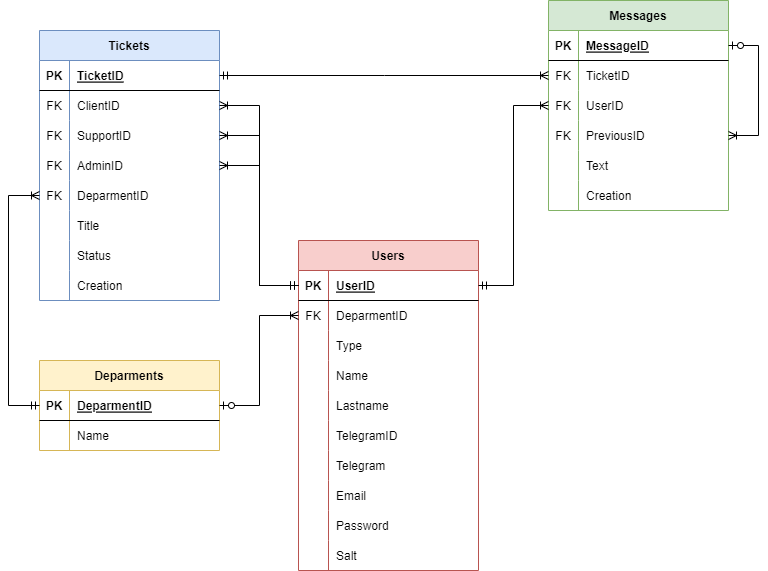
The draw.io diagram db/ER Diagram.png in RenzoDD/digi-ticket, before a commit. Source tidied: cells renumbered, new cells last; positions are measured from the earlier drawing's top-left corner, leaving out a move shared by most shapes.
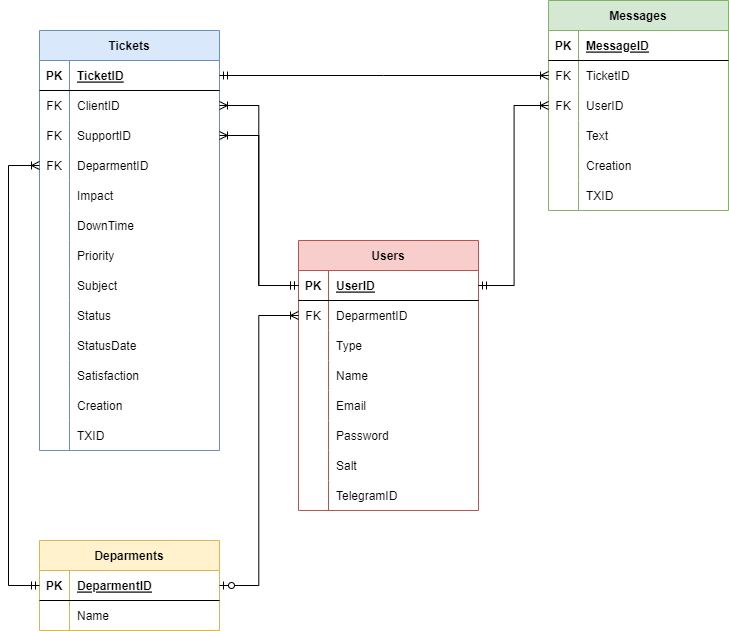
After the change.

Change to the diagram source:
```diff
@@ -3,7 +3,7 @@
     <mxCell id="0" />
     <mxCell id="1" parent="0" />
     <mxCell id="2" value="Deparments" style="shape=table;startSize=30;rowLines=0;fontStyle=1;align=center;fillColor=#fff2cc;strokeColor=#d6b656;" parent="1" vertex="1">
-      <mxGeometry x="41" y="360" width="180" height="90" as="geometry" />
+      <mxGeometry x="41" y="540" width="180" height="90" as="geometry" />
     </mxCell>
     <mxCell id="3" style="shape=tableRow;horizontal=0;startSize=0;swimlaneHead=0;swimlaneBody=0;fillColor=none;points=[[0,0.5],[1,0.5]];portConstraint=eastwest;top=0;left=0;right=0;bottom=1;" parent="2" vertex="1">
       <mxGeometry y="30" width="180" height="30" as="geometry" />
@@ -24,7 +24,7 @@
       <mxGeometry x="30" width="150" height="30" as="geometry" />
     </mxCell>
     <mxCell id="9" value="Users" style="shape=table;startSize=30;rowLines=0;fontStyle=1;align=center;fillColor=#f8cecc;strokeColor=#b85450;" parent="1" vertex="1">
-      <mxGeometry x="300" y="240" width="180" height="330" as="geometry" />
+      <mxGeometry x="300" y="240" width="180" height="270" as="geometry" />
     </mxCell>
     <mxCell id="10" style="shape=tableRow;horizontal=0;startSize=0;swimlaneHead=0;swimlaneBody=0;fillColor=none;points=[[0,0.5],[1,0.5]];portConstraint=eastwest;top=0;left=0;right=0;bottom=1;" parent="9" vertex="1">
       <mxGeometry y="30" width="180" height="30" as="geometry" />
@@ -62,35 +62,8 @@
     <mxCell id="21" value="Name" style="shape=partialRectangle;fillColor=none;top=0;left=0;bottom=0;right=0;align=left;spacingLeft=6;overflow=hidden;" parent="19" vertex="1">
       <mxGeometry x="30" width="150" height="30" as="geometry" />
     </mxCell>
-    <mxCell id="22" style="shape=tableRow;horizontal=0;startSize=0;swimlaneHead=0;swimlaneBody=0;fillColor=none;top=0;left=0;right=0;bottom=0;" parent="9" vertex="1">
-      <mxGeometry y="150" width="180" height="30" as="geometry" />
-    </mxCell>
-    <mxCell id="23" style="shape=partialRectangle;fillColor=none;top=0;left=0;bottom=0;right=0;overflow=hidden;" parent="22" vertex="1">
-      <mxGeometry width="30" height="30" as="geometry" />
-    </mxCell>
-    <mxCell id="24" value="Lastname" style="shape=partialRectangle;fillColor=none;top=0;left=0;bottom=0;right=0;align=left;spacingLeft=6;overflow=hidden;" parent="22" vertex="1">
-      <mxGeometry x="30" width="150" height="30" as="geometry" />
-    </mxCell>
-    <mxCell id="25" style="shape=tableRow;horizontal=0;startSize=0;swimlaneHead=0;swimlaneBody=0;fillColor=none;top=0;left=0;right=0;bottom=0;" parent="9" vertex="1">
-      <mxGeometry y="180" width="180" height="30" as="geometry" />
-    </mxCell>
-    <mxCell id="26" style="shape=partialRectangle;fillColor=none;top=0;left=0;bottom=0;right=0;overflow=hidden;" parent="25" vertex="1">
-      <mxGeometry width="30" height="30" as="geometry" />
-    </mxCell>
-    <mxCell id="27" value="TelegramID" style="shape=partialRectangle;fillColor=none;top=0;left=0;bottom=0;right=0;align=left;spacingLeft=6;overflow=hidden;" parent="25" vertex="1">
-      <mxGeometry x="30" width="150" height="30" as="geometry" />
-    </mxCell>
-    <mxCell id="28" style="shape=tableRow;horizontal=0;startSize=0;swimlaneHead=0;swimlaneBody=0;fillColor=none;top=0;left=0;right=0;bottom=0;" parent="9" vertex="1">
-      <mxGeometry y="210" width="180" height="30" as="geometry" />
-    </mxCell>
-    <mxCell id="29" style="shape=partialRectangle;fillColor=none;top=0;left=0;bottom=0;right=0;overflow=hidden;" parent="28" vertex="1">
-      <mxGeometry width="30" height="30" as="geometry" />
-    </mxCell>
-    <mxCell id="30" value="Telegram" style="shape=partialRectangle;fillColor=none;top=0;left=0;bottom=0;right=0;align=left;spacingLeft=6;overflow=hidden;" parent="28" vertex="1">
-      <mxGeometry x="30" width="150" height="30" as="geometry" />
-    </mxCell>
     <mxCell id="31" style="shape=tableRow;horizontal=0;startSize=0;swimlaneHead=0;swimlaneBody=0;fillColor=none;top=0;left=0;right=0;bottom=0;" parent="9" vertex="1">
-      <mxGeometry y="240" width="180" height="30" as="geometry" />
+      <mxGeometry y="150" width="180" height="30" as="geometry" />
     </mxCell>
     <mxCell id="32" style="shape=partialRectangle;fillColor=none;top=0;left=0;bottom=0;right=0;overflow=hidden;" parent="31" vertex="1">
       <mxGeometry width="30" height="30" as="geometry" />
@@ -99,7 +72,7 @@
       <mxGeometry x="30" width="150" height="30" as="geometry" />
     </mxCell>
     <mxCell id="34" style="shape=tableRow;horizontal=0;startSize=0;swimlaneHead=0;swimlaneBody=0;fillColor=none;top=0;left=0;right=0;bottom=0;" parent="9" vertex="1">
-      <mxGeometry y="270" width="180" height="30" as="geometry" />
+      <mxGeometry y="180" width="180" height="30" as="geometry" />
     </mxCell>
     <mxCell id="35" style="shape=partialRectangle;fillColor=none;top=0;left=0;bottom=0;right=0;overflow=hidden;" parent="34" vertex="1">
       <mxGeometry width="30" height="30" as="geometry" />
@@ -108,7 +81,7 @@
       <mxGeometry x="30" width="150" height="30" as="geometry" />
     </mxCell>
     <mxCell id="37" style="shape=tableRow;horizontal=0;startSize=0;swimlaneHead=0;swimlaneBody=0;fillColor=none;top=0;left=0;right=0;bottom=0;" parent="9" vertex="1">
-      <mxGeometry y="300" width="180" height="30" as="geometry" />
+      <mxGeometry y="210" width="180" height="30" as="geometry" />
     </mxCell>
     <mxCell id="38" style="shape=partialRectangle;fillColor=none;top=0;left=0;bottom=0;right=0;overflow=hidden;" parent="37" vertex="1">
       <mxGeometry width="30" height="30" as="geometry" />
@@ -116,11 +89,20 @@
     <mxCell id="39" value="Salt" style="shape=partialRectangle;fillColor=none;top=0;left=0;bottom=0;right=0;align=left;spacingLeft=6;overflow=hidden;" parent="37" vertex="1">
       <mxGeometry x="30" width="150" height="30" as="geometry" />
     </mxCell>
+    <mxCell id="25" style="shape=tableRow;horizontal=0;startSize=0;swimlaneHead=0;swimlaneBody=0;fillColor=none;top=0;left=0;right=0;bottom=0;" parent="9" vertex="1">
+      <mxGeometry y="240" width="180" height="30" as="geometry" />
+    </mxCell>
+    <mxCell id="26" style="shape=partialRectangle;fillColor=none;top=0;left=0;bottom=0;right=0;overflow=hidden;" parent="25" vertex="1">
+      <mxGeometry width="30" height="30" as="geometry" />
+    </mxCell>
+    <mxCell id="27" value="TelegramID" style="shape=partialRectangle;fillColor=none;top=0;left=0;bottom=0;right=0;align=left;spacingLeft=6;overflow=hidden;" parent="25" vertex="1">
+      <mxGeometry x="30" width="150" height="30" as="geometry" />
+    </mxCell>
     <mxCell id="40" style="edgeStyle=elbowEdgeStyle;fontSize=12;html=1;endArrow=ERoneToMany;startArrow=ERzeroToOne;rounded=0;exitX=1;exitY=0.5;exitDx=0;exitDy=0;entryX=0;entryY=0.5;entryDx=0;entryDy=0;startFill=0;" parent="1" edge="1" source="3" target="13">
       <mxGeometry relative="1" as="geometry" />
     </mxCell>
     <mxCell id="41" value="Tickets" style="shape=table;startSize=30;rowLines=0;fontStyle=1;align=center;fillColor=#dae8fc;strokeColor=#6c8ebf;" parent="1" vertex="1">
-      <mxGeometry x="41" y="30" width="180" height="270" as="geometry" />
+      <mxGeometry x="41" y="30" width="180" height="420" as="geometry" />
     </mxCell>
     <mxCell id="42" style="shape=tableRow;horizontal=0;startSize=0;swimlaneHead=0;swimlaneBody=0;fillColor=none;points=[[0,0.5],[1,0.5]];portConstraint=eastwest;top=0;left=0;right=0;bottom=1;" parent="41" vertex="1">
       <mxGeometry y="30" width="180" height="30" as="geometry" />
@@ -149,17 +131,8 @@
     <mxCell id="50" value="SupportID" style="shape=partialRectangle;fillColor=none;top=0;left=0;bottom=0;right=0;align=left;spacingLeft=6;fontStyle=0;overflow=hidden;" parent="48" vertex="1">
       <mxGeometry x="30" width="150" height="30" as="geometry" />
     </mxCell>
-    <mxCell id="51" style="shape=tableRow;horizontal=0;startSize=0;swimlaneHead=0;swimlaneBody=0;fillColor=none;points=[[0,0.5],[1,0.5]];portConstraint=eastwest;top=0;left=0;right=0;bottom=0;" parent="41" vertex="1">
-      <mxGeometry y="120" width="180" height="30" as="geometry" />
-    </mxCell>
-    <mxCell id="52" value="FK" style="shape=partialRectangle;fillColor=none;top=0;left=0;bottom=0;right=0;fontStyle=0;overflow=hidden;" parent="51" vertex="1">
-      <mxGeometry width="30" height="30" as="geometry" />
-    </mxCell>
-    <mxCell id="53" value="AdminID" style="shape=partialRectangle;fillColor=none;top=0;left=0;bottom=0;right=0;align=left;spacingLeft=6;fontStyle=0;overflow=hidden;" parent="51" vertex="1">
-      <mxGeometry x="30" width="150" height="30" as="geometry" />
-    </mxCell>
     <mxCell id="54" style="shape=tableRow;horizontal=0;startSize=0;swimlaneHead=0;swimlaneBody=0;fillColor=none;points=[[0,0.5],[1,0.5]];portConstraint=eastwest;top=0;left=0;right=0;bottom=0;" parent="41" vertex="1">
-      <mxGeometry y="150" width="180" height="30" as="geometry" />
+      <mxGeometry y="120" width="180" height="30" as="geometry" />
     </mxCell>
     <mxCell id="55" value="FK" style="shape=partialRectangle;fillColor=none;top=0;left=0;bottom=0;right=0;overflow=hidden;" parent="54" vertex="1">
       <mxGeometry width="30" height="30" as="geometry" />
@@ -168,41 +141,92 @@
       <mxGeometry x="30" width="150" height="30" as="geometry" />
     </mxCell>
     <mxCell id="57" style="shape=tableRow;horizontal=0;startSize=0;swimlaneHead=0;swimlaneBody=0;fillColor=none;top=0;left=0;right=0;bottom=0;" parent="41" vertex="1">
-      <mxGeometry y="180" width="180" height="30" as="geometry" />
+      <mxGeometry y="150" width="180" height="30" as="geometry" />
     </mxCell>
     <mxCell id="58" style="shape=partialRectangle;fillColor=none;top=0;left=0;bottom=0;right=0;overflow=hidden;" parent="57" vertex="1">
       <mxGeometry width="30" height="30" as="geometry" />
     </mxCell>
-    <mxCell id="59" value="Title" style="shape=partialRectangle;fillColor=none;top=0;left=0;bottom=0;right=0;align=left;spacingLeft=6;overflow=hidden;" parent="57" vertex="1">
+    <mxCell id="59" value="Impact" style="shape=partialRectangle;fillColor=none;top=0;left=0;bottom=0;right=0;align=left;spacingLeft=6;overflow=hidden;" parent="57" vertex="1">
       <mxGeometry x="30" width="150" height="30" as="geometry" />
     </mxCell>
     <mxCell id="60" style="shape=tableRow;horizontal=0;startSize=0;swimlaneHead=0;swimlaneBody=0;fillColor=none;top=0;left=0;right=0;bottom=0;" parent="41" vertex="1">
-      <mxGeometry y="210" width="180" height="30" as="geometry" />
+      <mxGeometry y="180" width="180" height="30" as="geometry" />
     </mxCell>
     <mxCell id="61" style="shape=partialRectangle;fillColor=none;top=0;left=0;bottom=0;right=0;overflow=hidden;" parent="60" vertex="1">
       <mxGeometry width="30" height="30" as="geometry" />
     </mxCell>
-    <mxCell id="62" value="Status" style="shape=partialRectangle;fillColor=none;top=0;left=0;bottom=0;right=0;align=left;spacingLeft=6;overflow=hidden;" parent="60" vertex="1">
+    <mxCell id="62" value="DownTime" style="shape=partialRectangle;fillColor=none;top=0;left=0;bottom=0;right=0;align=left;spacingLeft=6;overflow=hidden;" parent="60" vertex="1">
       <mxGeometry x="30" width="150" height="30" as="geometry" />
     </mxCell>
     <mxCell id="63" style="shape=tableRow;horizontal=0;startSize=0;swimlaneHead=0;swimlaneBody=0;fillColor=none;top=0;left=0;right=0;bottom=0;" parent="41" vertex="1">
-      <mxGeometry y="240" width="180" height="30" as="geometry" />
+      <mxGeometry y="210" width="180" height="30" as="geometry" />
     </mxCell>
     <mxCell id="64" style="shape=partialRectangle;fillColor=none;top=0;left=0;bottom=0;right=0;overflow=hidden;" parent="63" vertex="1">
       <mxGeometry width="30" height="30" as="geometry" />
     </mxCell>
-    <mxCell id="65" value="Creation" style="shape=partialRectangle;fillColor=none;top=0;left=0;bottom=0;right=0;align=left;spacingLeft=6;overflow=hidden;" parent="63" vertex="1">
+    <mxCell id="65" value="Priority" style="shape=partialRectangle;fillColor=none;top=0;left=0;bottom=0;right=0;align=left;spacingLeft=6;overflow=hidden;" parent="63" vertex="1">
       <mxGeometry x="30" width="150" height="30" as="geometry" />
     </mxCell>
+    <mxCell id="92" style="shape=tableRow;horizontal=0;startSize=0;swimlaneHead=0;swimlaneBody=0;fillColor=none;top=0;left=0;right=0;bottom=0;fontSize=16;" parent="41" vertex="1">
+      <mxGeometry y="240" width="180" height="30" as="geometry" />
+    </mxCell>
+    <mxCell id="93" style="shape=partialRectangle;fillColor=none;top=0;left=0;bottom=0;right=0;overflow=hidden;fontSize=16;" parent="92" vertex="1">
+      <mxGeometry width="30" height="30" as="geometry" />
+    </mxCell>
+    <mxCell id="94" value="Subject" style="shape=partialRectangle;fillColor=none;top=0;left=0;bottom=0;right=0;align=left;spacingLeft=6;overflow=hidden;fontSize=12;" parent="92" vertex="1">
+      <mxGeometry x="30" width="150" height="30" as="geometry" />
+    </mxCell>
+    <mxCell id="95" style="shape=tableRow;horizontal=0;startSize=0;swimlaneHead=0;swimlaneBody=0;fillColor=none;top=0;left=0;right=0;bottom=0;fontSize=16;" parent="41" vertex="1">
+      <mxGeometry y="270" width="180" height="30" as="geometry" />
+    </mxCell>
+    <mxCell id="96" style="shape=partialRectangle;fillColor=none;top=0;left=0;bottom=0;right=0;overflow=hidden;fontSize=16;" parent="95" vertex="1">
+      <mxGeometry width="30" height="30" as="geometry" />
+    </mxCell>
+    <mxCell id="97" value="Status" style="shape=partialRectangle;fillColor=none;top=0;left=0;bottom=0;right=0;align=left;spacingLeft=6;overflow=hidden;fontSize=12;" parent="95" vertex="1">
+      <mxGeometry x="30" width="150" height="30" as="geometry" />
+    </mxCell>
+    <mxCell id="98" style="shape=tableRow;horizontal=0;startSize=0;swimlaneHead=0;swimlaneBody=0;fillColor=none;top=0;left=0;right=0;bottom=0;fontSize=16;" parent="41" vertex="1">
+      <mxGeometry y="300" width="180" height="30" as="geometry" />
+    </mxCell>
+    <mxCell id="99" style="shape=partialRectangle;fillColor=none;top=0;left=0;bottom=0;right=0;overflow=hidden;fontSize=16;" parent="98" vertex="1">
+      <mxGeometry width="30" height="30" as="geometry" />
+    </mxCell>
+    <mxCell id="100" value="StatusDate" style="shape=partialRectangle;fillColor=none;top=0;left=0;bottom=0;right=0;align=left;spacingLeft=6;overflow=hidden;fontSize=12;" parent="98" vertex="1">
+      <mxGeometry x="30" width="150" height="30" as="geometry" />
+    </mxCell>
+    <mxCell id="101" style="shape=tableRow;horizontal=0;startSize=0;swimlaneHead=0;swimlaneBody=0;fillColor=none;top=0;left=0;right=0;bottom=0;fontSize=16;" parent="41" vertex="1">
+      <mxGeometry y="330" width="180" height="30" as="geometry" />
+    </mxCell>
+    <mxCell id="102" style="shape=partialRectangle;fillColor=none;top=0;left=0;bottom=0;right=0;overflow=hidden;fontSize=16;" parent="101" vertex="1">
+      <mxGeometry width="30" height="30" as="geometry" />
+    </mxCell>
+    <mxCell id="103" value="Satisfaction" style="shape=partialRectangle;fillColor=none;top=0;left=0;bottom=0;right=0;align=left;spacingLeft=6;overflow=hidden;fontSize=12;" parent="101" vertex="1">
+      <mxGeometry x="30" width="150" height="30" as="geometry" />
+    </mxCell>
+    <mxCell id="104" style="shape=tableRow;horizontal=0;startSize=0;swimlaneHead=0;swimlaneBody=0;fillColor=none;top=0;left=0;right=0;bottom=0;fontSize=16;" parent="41" vertex="1">
+      <mxGeometry y="360" width="180" height="30" as="geometry" />
+    </mxCell>
+    <mxCell id="105" style="shape=partialRectangle;fillColor=none;top=0;left=0;bottom=0;right=0;overflow=hidden;fontSize=16;" parent="104" vertex="1">
+      <mxGeometry width="30" height="30" as="geometry" />
+    </mxCell>
+    <mxCell id="106" value="Creation" style="shape=partialRectangle;fillColor=none;top=0;left=0;bottom=0;right=0;align=left;spacingLeft=6;overflow=hidden;fontSize=12;" parent="104" vertex="1">
+      <mxGeometry x="30" width="150" height="30" as="geometry" />
+    </mxCell>
+    <mxCell id="107" style="shape=tableRow;horizontal=0;startSize=0;swimlaneHead=0;swimlaneBody=0;fillColor=none;top=0;left=0;right=0;bottom=0;fontSize=16;" parent="41" vertex="1">
+      <mxGeometry y="390" width="180" height="30" as="geometry" />
+    </mxCell>
+    <mxCell id="108" style="shape=partialRectangle;fillColor=none;top=0;left=0;bottom=0;right=0;overflow=hidden;fontSize=16;" parent="107" vertex="1">
+      <mxGeometry width="30" height="30" as="geometry" />
+    </mxCell>
+    <mxCell id="109" value="TXID" style="shape=partialRectangle;fillColor=none;top=0;left=0;bottom=0;right=0;align=left;spacingLeft=6;overflow=hidden;fontSize=12;" parent="107" vertex="1">
+      <mxGeometry x="30" width="150" height="30" as="geometry" />
+    </mxCell>
     <mxCell id="66" style="edgeStyle=elbowEdgeStyle;fontSize=12;html=1;endArrow=ERoneToMany;startArrow=ERmandOne;rounded=0;exitX=0;exitY=0.5;exitDx=0;exitDy=0;entryX=1;entryY=0.5;entryDx=0;entryDy=0;" parent="1" edge="1" source="10" target="45">
       <mxGeometry relative="1" as="geometry" />
     </mxCell>
     <mxCell id="67" style="edgeStyle=elbowEdgeStyle;fontSize=12;html=1;endArrow=ERoneToMany;startArrow=ERmandOne;rounded=0;exitX=0;exitY=0.5;exitDx=0;exitDy=0;entryX=1;entryY=0.5;entryDx=0;entryDy=0;" parent="1" edge="1" source="10" target="48">
       <mxGeometry relative="1" as="geometry" />
     </mxCell>
-    <mxCell id="68" style="edgeStyle=elbowEdgeStyle;fontSize=12;html=1;endArrow=ERoneToMany;startArrow=ERmandOne;rounded=0;exitX=0;exitY=0.5;exitDx=0;exitDy=0;entryX=1;entryY=0.5;entryDx=0;entryDy=0;" parent="1" edge="1" source="10" target="51">
-      <mxGeometry relative="1" as="geometry" />
-    </mxCell>
     <mxCell id="69" style="edgeStyle=elbowEdgeStyle;fontSize=12;html=1;endArrow=ERoneToMany;startArrow=ERmandOne;rounded=0;entryX=0;entryY=0.5;entryDx=0;entryDy=0;exitX=0;exitY=0.5;exitDx=0;exitDy=0;" parent="1" edge="1" source="3" target="54">
       <mxGeometry relative="1" as="geometry">
         <Array as="points">
@@ -241,17 +265,8 @@
     <mxCell id="79" value="UserID" style="shape=partialRectangle;fillColor=none;top=0;left=0;bottom=0;right=0;align=left;spacingLeft=6;fontStyle=0;overflow=hidden;" parent="77" vertex="1">
       <mxGeometry x="30" width="150" height="30" as="geometry" />
     </mxCell>
-    <mxCell id="80" style="shape=tableRow;horizontal=0;startSize=0;swimlaneHead=0;swimlaneBody=0;fillColor=none;points=[[0,0.5],[1,0.5]];portConstraint=eastwest;top=0;left=0;right=0;bottom=0;" parent="70" vertex="1">
-      <mxGeometry y="120" width="180" height="30" as="geometry" />
-    </mxCell>
-    <mxCell id="81" value="FK" style="shape=partialRectangle;fillColor=none;top=0;left=0;bottom=0;right=0;fontStyle=0;overflow=hidden;" parent="80" vertex="1">
-      <mxGeometry width="30" height="30" as="geometry" />
-    </mxCell>
-    <mxCell id="82" value="PreviousID" style="shape=partialRectangle;fillColor=none;top=0;left=0;bottom=0;right=0;align=left;spacingLeft=6;fontStyle=0;overflow=hidden;" parent="80" vertex="1">
-      <mxGeometry x="30" width="150" height="30" as="geometry" />
-    </mxCell>
     <mxCell id="83" style="shape=tableRow;horizontal=0;startSize=0;swimlaneHead=0;swimlaneBody=0;fillColor=none;top=0;left=0;right=0;bottom=0;" parent="70" vertex="1">
-      <mxGeometry y="150" width="180" height="30" as="geometry" />
+      <mxGeometry y="120" width="180" height="30" as="geometry" />
     </mxCell>
     <mxCell id="84" style="shape=partialRectangle;fillColor=none;top=0;left=0;bottom=0;right=0;overflow=hidden;" parent="83" vertex="1">
       <mxGeometry width="30" height="30" as="geometry" />
@@ -260,7 +275,7 @@
       <mxGeometry x="30" width="150" height="30" as="geometry" />
     </mxCell>
     <mxCell id="86" style="shape=tableRow;horizontal=0;startSize=0;swimlaneHead=0;swimlaneBody=0;fillColor=none;top=0;left=0;right=0;bottom=0;" parent="70" vertex="1">
-      <mxGeometry y="180" width="180" height="30" as="geometry" />
+      <mxGeometry y="150" width="180" height="30" as="geometry" />
     </mxCell>
     <mxCell id="87" style="shape=partialRectangle;fillColor=none;top=0;left=0;bottom=0;right=0;overflow=hidden;" parent="86" vertex="1">
       <mxGeometry width="30" height="30" as="geometry" />
@@ -268,14 +283,15 @@
     <mxCell id="88" value="Creation" style="shape=partialRectangle;fillColor=none;top=0;left=0;bottom=0;right=0;align=left;spacingLeft=6;overflow=hidden;" parent="86" vertex="1">
       <mxGeometry x="30" width="150" height="30" as="geometry" />
     </mxCell>
-    <mxCell id="89" style="edgeStyle=elbowEdgeStyle;fontSize=12;html=1;endArrow=ERoneToMany;startArrow=ERzeroToOne;rounded=0;exitX=1;exitY=0.5;exitDx=0;exitDy=0;entryX=1;entryY=0.5;entryDx=0;entryDy=0;startFill=0;" parent="70" edge="1" source="71" target="80">
-      <mxGeometry relative="1" as="geometry">
-        <Array as="points">
-          <mxPoint x="210" y="100" />
-          <mxPoint x="230" y="100" />
-        </Array>
-      </mxGeometry>
-    </mxCell>
+    <mxCell id="110" style="shape=tableRow;horizontal=0;startSize=0;swimlaneHead=0;swimlaneBody=0;fillColor=none;top=0;left=0;right=0;bottom=0;fontSize=12;" parent="70" vertex="1">
+      <mxGeometry y="180" width="180" height="30" as="geometry" />
+    </mxCell>
+    <mxCell id="111" style="shape=partialRectangle;fillColor=none;top=0;left=0;bottom=0;right=0;overflow=hidden;fontSize=16;" parent="110" vertex="1">
+      <mxGeometry width="30" height="30" as="geometry" />
+    </mxCell>
+    <mxCell id="112" value="TXID" style="shape=partialRectangle;fillColor=none;top=0;left=0;bottom=0;right=0;align=left;spacingLeft=6;overflow=hidden;fontSize=12;" parent="110" vertex="1">
+      <mxGeometry x="30" width="150" height="30" as="geometry" />
+    </mxCell>
     <mxCell id="90" style="edgeStyle=elbowEdgeStyle;fontSize=12;html=1;endArrow=ERoneToMany;startArrow=ERmandOne;rounded=0;exitX=1;exitY=0.5;exitDx=0;exitDy=0;entryX=0;entryY=0.5;entryDx=0;entryDy=0;" parent="1" edge="1" source="42" target="74">
       <mxGeometry relative="1" as="geometry" />
     </mxCell>
```
